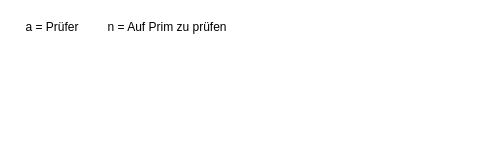
davehenton/AICY keeps this draw.io diagram as Problem_solver.drawio. Above is the earlier version. Source tidied: cells renumbered, new cells numbered last; positions are measured from the earlier drawing's top-left corner, leaving out a move shared by most shapes. Both pictures are drawn from the tidied source at 100%, with x=0, y=0 at pixel (17, 17).
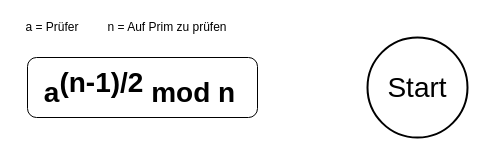
After the change.

The edit, as a diff of the source:
```diff
@@
 <mxGraphModel>
   <root>
     <mxCell id="0" />
     <mxCell id="1" parent="0" />
     <mxCell id="2" value="a = Prüfer" style="text;html=1;strokeColor=none;fillColor=none;align=center;verticalAlign=middle;whiteSpace=wrap;rounded=0;" parent="1" vertex="1">
       <mxGeometry width="70" height="20" as="geometry" />
     </mxCell>
     <mxCell id="3" value="n = Auf Prim zu prüfen" style="text;html=1;strokeColor=none;fillColor=none;align=center;verticalAlign=middle;whiteSpace=wrap;rounded=0;" parent="1" vertex="1">
       <mxGeometry x="80" width="140" height="20" as="geometry" />
     </mxCell>
+    <mxCell id="4" style="rounded=1;whiteSpace=wrap;html=1;" parent="1" vertex="1">
+      <mxGeometry x="10" y="40" width="230" height="60" as="geometry" />
+    </mxCell>
+    <mxCell id="5" value="a&lt;sup style=&quot;font-size: 28px;&quot;&gt;(n-1)/2&lt;/sup&gt; mod n" style="text;html=1;strokeColor=none;fillColor=none;align=center;verticalAlign=middle;whiteSpace=wrap;rounded=0;fontSize=28;fontStyle=1;" parent="1" vertex="1">
+      <mxGeometry x="15" y="50" width="215" height="40" as="geometry" />
+    </mxCell>
+    <mxCell id="6" value="Start" style="strokeWidth=2;html=1;shape=mxgraph.flowchart.start_2;whiteSpace=wrap;fontSize=28;" parent="1" vertex="1">
+      <mxGeometry x="350" y="20" width="100" height="100" as="geometry" />
+    </mxCell>
   </root>
 </mxGraphModel>
```
